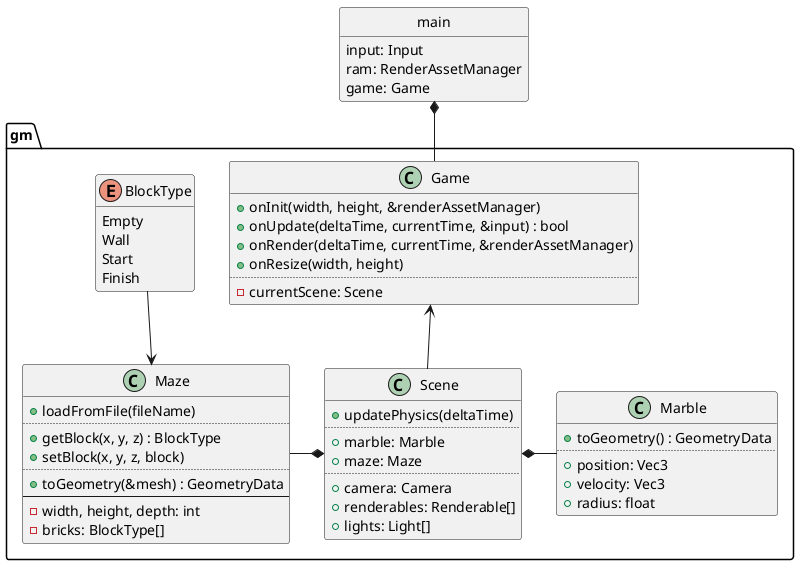
The PlantUML diagram design/game.png in ba6er/marblemaze, before a commit.
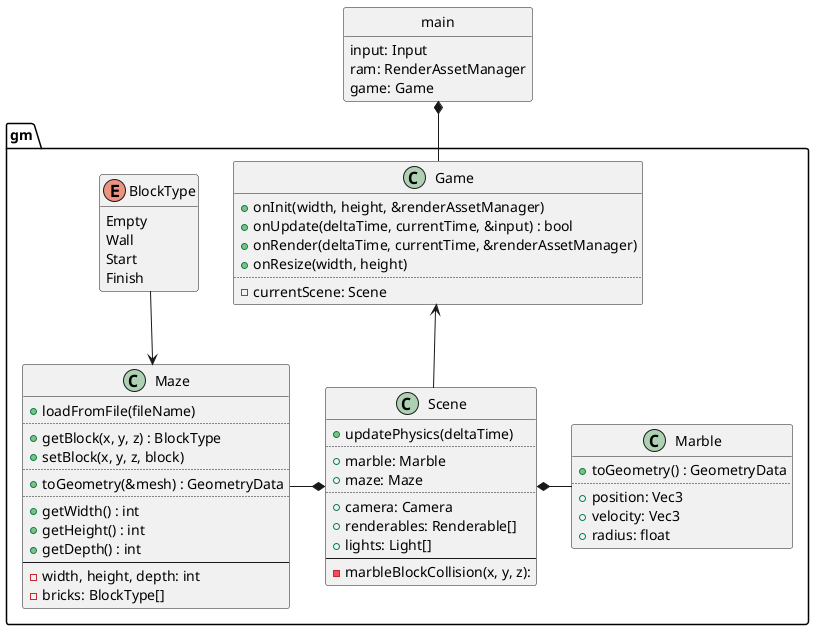
The same diagram one commit later.

The edit, as a diff of the source:
```diff
@@ -19,6 +19,8 @@
 	+camera: Camera
 	+renderables: Renderable[]
 	+lights: Light[]
+	--
+	-marbleBlockCollision(x, y, z):
 }
 
 enum gm::BlockType {
@@ -36,6 +38,10 @@
 	+setBlock(x, y, z, block)
 	..
 	+toGeometry(&mesh) : GeometryData
+	..
+	+getWidth() : int
+	+getHeight() : int
+	+getDepth() : int
 	--
 	-width, height, depth: int
 	-bricks: BlockType[]
```
